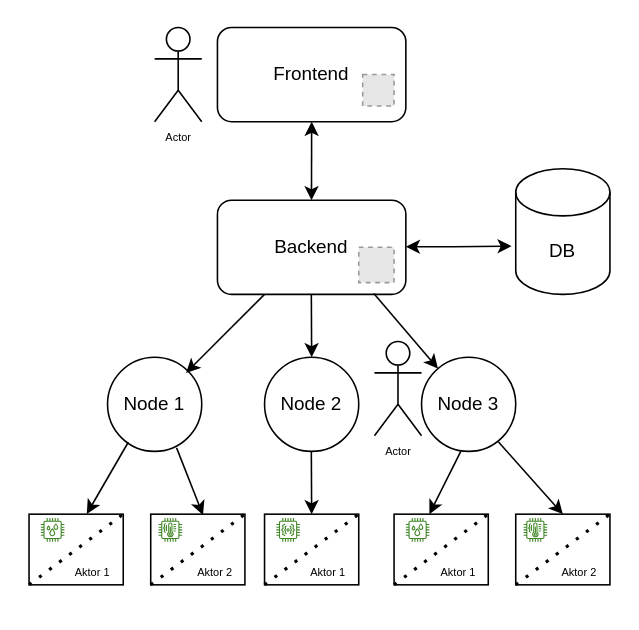
cyberlytics/OPCUANetzwerk keeps this draw.io diagram as konzeptpaper/opcua_arichitektur.drawio. Above is the earlier version. Source tidied: cells renumbered, new cells numbered last; positions are measured from the earlier drawing's top-left corner, leaving out a move shared by most shapes. Both pictures are drawn from the tidied source at 157%, with x=0, y=0 at pixel (28, 27). Pictures stored in the file or linked from it are replaced by grey dashed boxes.
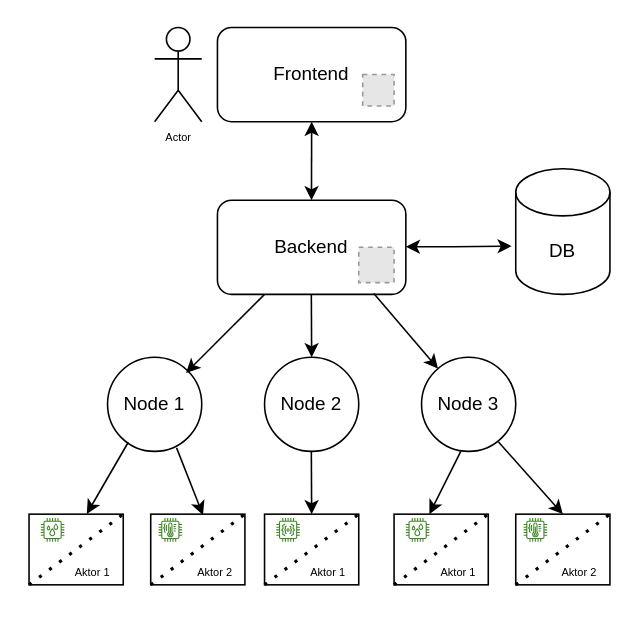
After the change.

Commit message (it also covers changes not shown here):
removed unintentional actor

Change to the diagram source:
```diff
@@
-    <mxCell id="35" value="Actor" style="shape=umlActor;verticalLabelPosition=bottom;verticalAlign=top;html=1;fontSize=7;fillColor=none;" parent="1" vertex="1">
-      <mxGeometry x="220" y="200" width="30" height="60" as="geometry" />
-    </mxCell>
```
